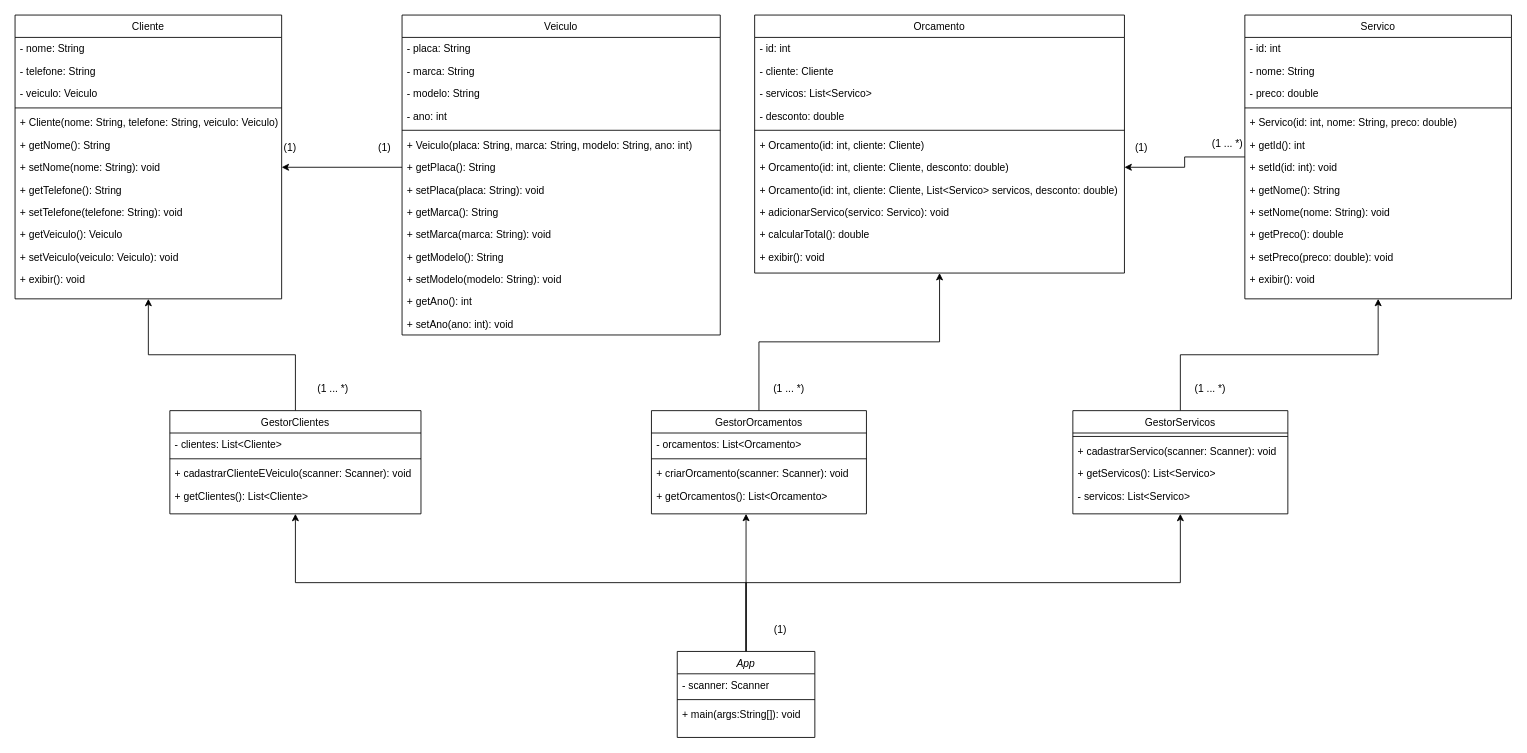
The draw.io diagram OrcamentoServicoMecanico.drawio in lauragabs/OrcamentoServicoMecanico, before the edit. Source tidied: cells renumbered, new cells numbered last; positions are measured from the earlier drawing's top-left corner, leaving out a move shared by most shapes. Both pictures are drawn from the tidied source at 86%, with x=0, y=0 at pixel (15, 15).
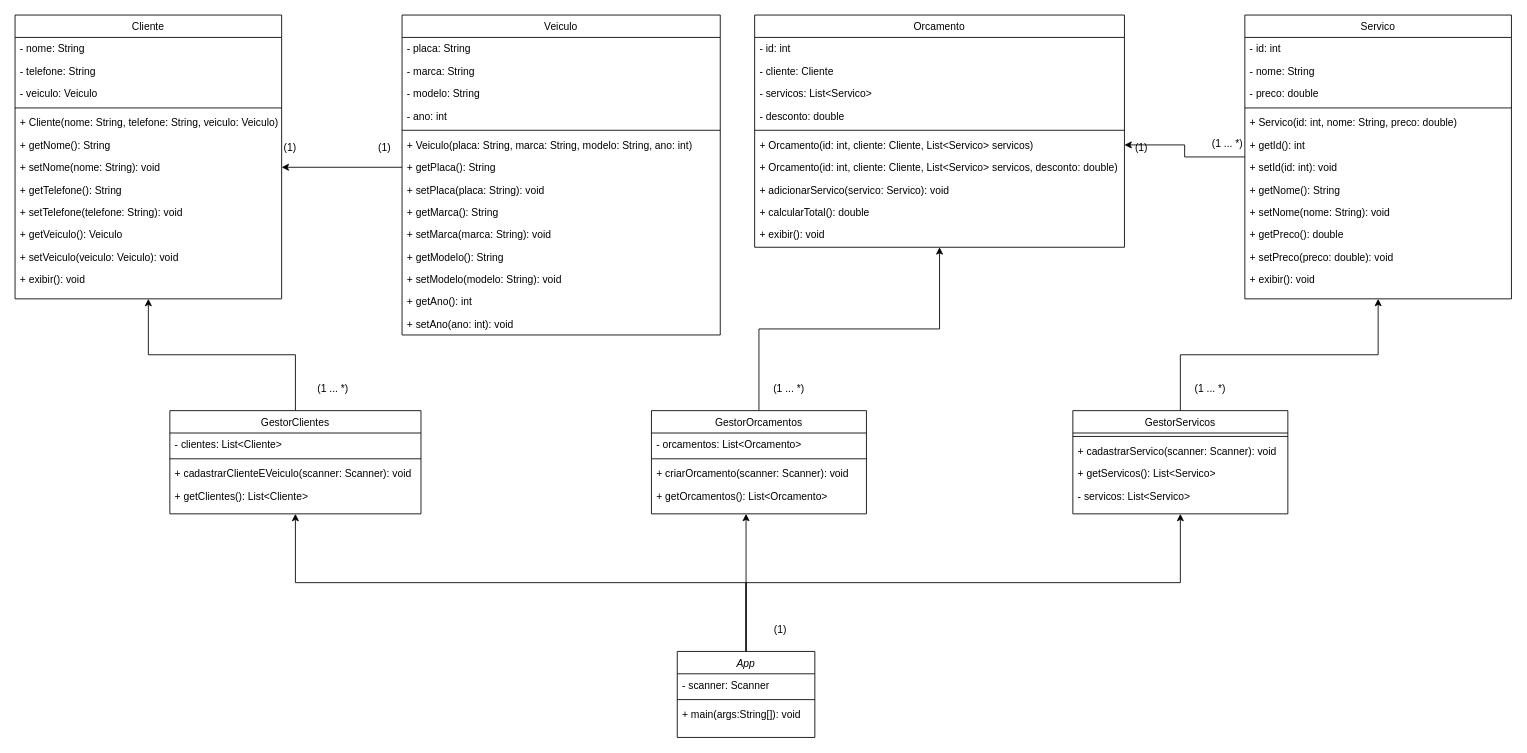
Above is the later version.

Commit message (it also covers changes not shown here):
remove diagrama de orçamento de serviço mecânico

Diff of the diagram source:
```diff
@@
     <mxCell id="69" value="Orcamento                 " style="swimlane;fontStyle=0;align=center;verticalAlign=top;horizontal=1;startSize=26;rounded=0;shadow=0;strokeWidth=1;" parent="1" vertex="1">
-      <mxGeometry x="860" width="430" height="300" as="geometry" />
+      <mxGeometry x="860" width="430" height="270" as="geometry" />
     </mxCell>
@@
-    <mxCell id="75" value="+ Orcamento(id: int, cliente: Cliente)" style="text;align=left;verticalAlign=top;spacingLeft=4;spacingRight=4;overflow=hidden;" parent="69" vertex="1">
-      <mxGeometry y="138" width="430" height="26" as="geometry" />
-    </mxCell>
-    <mxCell id="76" value="+ Orcamento(id: int, cliente: Cliente, desconto: double)" style="text;align=left;verticalAlign=top;spacingLeft=4;spacingRight=4;overflow=hidden;points=[[0,0.5],[1,0.5]];portConstraint=eastwest;" parent="69" vertex="1">
-      <mxGeometry y="164" width="430" height="26" as="geometry" />
+    <mxCell id="76" value="+ Orcamento(id: int, cliente: Cliente, List&lt;Servico&gt; servicos)" style="text;align=left;verticalAlign=top;spacingLeft=4;spacingRight=4;overflow=hidden;points=[[0,0.5],[1,0.5]];portConstraint=eastwest;" parent="69" vertex="1">
+      <mxGeometry y="138" width="430" height="26" as="geometry" />
     </mxCell>
     <mxCell id="77" value="+ Orcamento(id: int, cliente: Cliente, List&lt;Servico&gt; servicos, desconto: double)" style="text;align=left;verticalAlign=top;spacingLeft=4;spacingRight=4;overflow=hidden;" parent="69" vertex="1">
-      <mxGeometry y="190" width="430" height="26" as="geometry" />
+      <mxGeometry y="164" width="430" height="26" as="geometry" />
     </mxCell>
     <mxCell id="78" value=" + adicionarServico(servico: Servico): void " style="text;align=left;verticalAlign=top;spacingLeft=4;spacingRight=4;overflow=hidden;" parent="69" vertex="1">
-      <mxGeometry y="216" width="430" height="26" as="geometry" />
+      <mxGeometry y="190" width="430" height="26" as="geometry" />
     </mxCell>
     <mxCell id="79" value=" + calcularTotal(): double" style="text;align=left;verticalAlign=top;spacingLeft=4;spacingRight=4;overflow=hidden;" parent="69" vertex="1">
-      <mxGeometry y="242" width="430" height="26" as="geometry" />
+      <mxGeometry y="216" width="430" height="26" as="geometry" />
     </mxCell>
     <mxCell id="80" value=" + exibir(): void" style="text;align=left;verticalAlign=top;spacingLeft=4;spacingRight=4;overflow=hidden;" parent="69" vertex="1">
-      <mxGeometry y="268" width="430" height="26" as="geometry" />
+      <mxGeometry y="242" width="430" height="26" as="geometry" />
     </mxCell>
```
